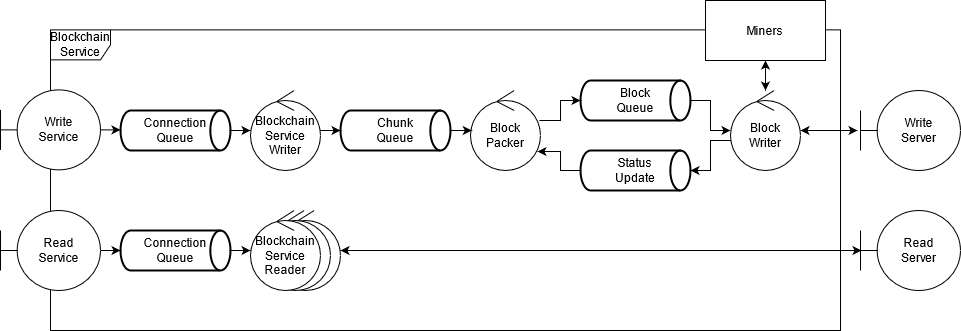
abarreal/distros-tp1 keeps this draw.io diagram as img/blockchain-service.png. Above is the earlier version. Source tidied: cells renumbered, new cells last; positions are measured from the earlier drawing's top-left corner, leaving out a move shared by most shapes. The source it was exported from:
```xml
<mxGraphModel>
  <root>
    <mxCell id="0" />
    <mxCell id="1" parent="0" />
    <mxCell id="2" value="&lt;div&gt;Blockchain&lt;/div&gt;&lt;div&gt;Service&lt;br&gt;&lt;/div&gt;" style="shape=umlFrame;whiteSpace=wrap;html=1;" parent="1" vertex="1">
      <mxGeometry x="50" y="29.4" width="790" height="300.6" as="geometry" />
    </mxCell>
    <mxCell id="3" style="edgeStyle=orthogonalEdgeStyle;rounded=0;jettySize=auto;html=1;entryX=0.01;entryY=0.5;entryDx=0;entryDy=0;entryPerimeter=0;startArrow=classic;startFill=1;" parent="1" edge="1" source="4" target="29">
      <mxGeometry relative="1" as="geometry" />
    </mxCell>
    <mxCell id="4" style="ellipse;shape=umlControl;whiteSpace=wrap;html=1;" parent="1" vertex="1">
      <mxGeometry x="270" y="210" width="70" height="80" as="geometry" />
    </mxCell>
    <mxCell id="5" style="ellipse;shape=umlControl;whiteSpace=wrap;html=1;" parent="1" vertex="1">
      <mxGeometry x="260" y="210" width="70" height="80" as="geometry" />
    </mxCell>
    <mxCell id="6" style="edgeStyle=orthogonalEdgeStyle;rounded=0;jettySize=auto;html=1;entryX=0;entryY=0.5;entryDx=0;entryDy=0;entryPerimeter=0;startArrow=none;startFill=0;endArrow=classic;endFill=1;" parent="1" edge="1" source="7" target="22">
      <mxGeometry relative="1" as="geometry">
        <Array as="points">
          <mxPoint x="560" y="120" />
          <mxPoint x="560" y="100" />
        </Array>
      </mxGeometry>
    </mxCell>
    <mxCell id="7" value="&lt;div&gt;Block&lt;/div&gt;&lt;div&gt;Packer&lt;br&gt;&lt;/div&gt;" style="ellipse;shape=umlControl;whiteSpace=wrap;html=1;" parent="1" vertex="1">
      <mxGeometry x="470" y="90" width="70" height="80" as="geometry" />
    </mxCell>
    <mxCell id="8" value="&lt;div&gt;Blockchain&lt;/div&gt;&lt;div&gt;Service&lt;/div&gt;&lt;div&gt;Reader&lt;br&gt;&lt;/div&gt;" style="ellipse;shape=umlControl;whiteSpace=wrap;html=1;" parent="1" vertex="1">
      <mxGeometry x="250" y="210" width="70" height="80" as="geometry" />
    </mxCell>
    <mxCell id="9" style="edgeStyle=orthogonalEdgeStyle;rounded=0;jettySize=auto;html=1;entryX=0;entryY=0.5;entryDx=0;entryDy=0;entryPerimeter=0;startArrow=none;startFill=0;" parent="1" edge="1" source="10" target="14">
      <mxGeometry relative="1" as="geometry" />
    </mxCell>
    <mxCell id="10" value="&lt;div&gt;Write&lt;/div&gt;&lt;div&gt;Service&lt;br&gt;&lt;/div&gt;" style="shape=umlBoundary;whiteSpace=wrap;html=1;" parent="1" vertex="1">
      <mxGeometry y="89.4" width="100" height="80" as="geometry" />
    </mxCell>
    <mxCell id="11" style="edgeStyle=orthogonalEdgeStyle;rounded=0;jettySize=auto;html=1;entryX=0;entryY=0.5;entryDx=0;entryDy=0;entryPerimeter=0;startArrow=none;startFill=0;" parent="1" edge="1" source="12" target="16">
      <mxGeometry relative="1" as="geometry" />
    </mxCell>
    <mxCell id="12" value="&lt;div&gt;Read&lt;/div&gt;&lt;div&gt;Service&lt;br&gt;&lt;/div&gt;" style="shape=umlBoundary;whiteSpace=wrap;html=1;" parent="1" vertex="1">
      <mxGeometry y="210" width="100" height="80" as="geometry" />
    </mxCell>
    <mxCell id="13" style="edgeStyle=orthogonalEdgeStyle;rounded=0;jettySize=auto;html=1;startArrow=none;startFill=0;endArrow=classic;endFill=1;" parent="1" edge="1" source="14" target="18">
      <mxGeometry relative="1" as="geometry" />
    </mxCell>
    <mxCell id="14" value="&lt;div&gt;Connection&lt;/div&gt;&lt;div&gt;Queue&lt;br&gt;&lt;/div&gt;" style="strokeWidth=2;html=1;shape=mxgraph.flowchart.direct_data;whiteSpace=wrap;" parent="1" vertex="1">
      <mxGeometry x="120" y="110" width="110" height="40" as="geometry" />
    </mxCell>
    <mxCell id="15" style="edgeStyle=orthogonalEdgeStyle;rounded=0;jettySize=auto;html=1;startArrow=none;startFill=0;" parent="1" edge="1" source="16" target="8">
      <mxGeometry relative="1" as="geometry" />
    </mxCell>
    <mxCell id="16" value="&lt;div&gt;Connection&lt;/div&gt;&lt;div&gt;Queue&lt;br&gt;&lt;/div&gt;" style="strokeWidth=2;html=1;shape=mxgraph.flowchart.direct_data;whiteSpace=wrap;" parent="1" vertex="1">
      <mxGeometry x="120" y="230" width="110" height="40" as="geometry" />
    </mxCell>
    <mxCell id="17" style="edgeStyle=orthogonalEdgeStyle;rounded=0;jettySize=auto;html=1;startArrow=none;startFill=0;endArrow=classic;endFill=1;" parent="1" edge="1" source="18" target="20">
      <mxGeometry relative="1" as="geometry" />
    </mxCell>
    <mxCell id="18" value="&lt;div&gt;Blockchain&lt;/div&gt;&lt;div&gt;Service&lt;/div&gt;&lt;div&gt;Writer&lt;br&gt;&lt;/div&gt;" style="ellipse;shape=umlControl;whiteSpace=wrap;html=1;" parent="1" vertex="1">
      <mxGeometry x="250" y="90" width="70" height="80" as="geometry" />
    </mxCell>
    <mxCell id="19" style="edgeStyle=orthogonalEdgeStyle;rounded=0;jettySize=auto;html=1;exitX=1;exitY=0.5;exitDx=0;exitDy=0;exitPerimeter=0;entryX=0.019;entryY=0.506;entryDx=0;entryDy=0;entryPerimeter=0;startArrow=none;startFill=0;endArrow=classic;endFill=1;" parent="1" edge="1" source="20" target="7">
      <mxGeometry relative="1" as="geometry" />
    </mxCell>
    <mxCell id="20" value="&lt;div&gt;Chunk&lt;/div&gt;&lt;div&gt;Queue&lt;br&gt;&lt;/div&gt;" style="strokeWidth=2;html=1;shape=mxgraph.flowchart.direct_data;whiteSpace=wrap;" parent="1" vertex="1">
      <mxGeometry x="340" y="110" width="110" height="40" as="geometry" />
    </mxCell>
    <mxCell id="21" style="edgeStyle=orthogonalEdgeStyle;rounded=0;jettySize=auto;html=1;startArrow=none;startFill=0;" parent="1" edge="1" source="22" target="26">
      <mxGeometry relative="1" as="geometry" />
    </mxCell>
    <mxCell id="22" value="&lt;div&gt;Block &lt;br&gt;&lt;/div&gt;&lt;div&gt;Queue&lt;/div&gt;" style="strokeWidth=2;html=1;shape=mxgraph.flowchart.direct_data;whiteSpace=wrap;" parent="1" vertex="1">
      <mxGeometry x="580" y="80" width="110" height="40" as="geometry" />
    </mxCell>
    <mxCell id="23" style="edgeStyle=orthogonalEdgeStyle;rounded=0;jettySize=auto;html=1;entryX=0.5;entryY=1;entryDx=0;entryDy=0;startArrow=classic;startFill=1;" parent="1" edge="1" source="26" target="27">
      <mxGeometry relative="1" as="geometry" />
    </mxCell>
    <mxCell id="24" style="edgeStyle=orthogonalEdgeStyle;rounded=0;jettySize=auto;html=1;entryX=-0.03;entryY=0.5;entryDx=0;entryDy=0;entryPerimeter=0;startArrow=classic;startFill=1;" parent="1" edge="1" source="26" target="28">
      <mxGeometry relative="1" as="geometry" />
    </mxCell>
    <mxCell id="25" style="edgeStyle=orthogonalEdgeStyle;rounded=0;jettySize=auto;html=1;entryX=1;entryY=0.5;entryDx=0;entryDy=0;entryPerimeter=0;startArrow=none;startFill=0;" parent="1" edge="1" source="26" target="31">
      <mxGeometry relative="1" as="geometry">
        <Array as="points">
          <mxPoint x="710" y="140" />
          <mxPoint x="710" y="170" />
        </Array>
      </mxGeometry>
    </mxCell>
    <mxCell id="26" value="&lt;div&gt;Block&lt;/div&gt;&lt;div&gt;Writer&lt;br&gt;&lt;/div&gt;" style="ellipse;shape=umlControl;whiteSpace=wrap;html=1;" parent="1" vertex="1">
      <mxGeometry x="730" y="90" width="70" height="80" as="geometry" />
    </mxCell>
    <mxCell id="27" value="Miners" style="rounded=0;whiteSpace=wrap;html=1;" parent="1" vertex="1">
      <mxGeometry x="705" width="120" height="60" as="geometry" />
    </mxCell>
    <mxCell id="28" value="&lt;div&gt;Write&lt;/div&gt;&lt;div&gt;Server&lt;br&gt;&lt;/div&gt;" style="shape=umlBoundary;whiteSpace=wrap;html=1;" parent="1" vertex="1">
      <mxGeometry x="860" y="90" width="100" height="80" as="geometry" />
    </mxCell>
    <mxCell id="29" value="&lt;div&gt;Read&lt;/div&gt;&lt;div&gt;Server&lt;br&gt;&lt;/div&gt;" style="shape=umlBoundary;whiteSpace=wrap;html=1;" parent="1" vertex="1">
      <mxGeometry x="860" y="210" width="100" height="80" as="geometry" />
    </mxCell>
    <mxCell id="30" style="edgeStyle=orthogonalEdgeStyle;rounded=0;jettySize=auto;html=1;entryX=0.957;entryY=0.763;entryDx=0;entryDy=0;entryPerimeter=0;startArrow=none;startFill=0;" parent="1" edge="1" source="31" target="7">
      <mxGeometry relative="1" as="geometry">
        <Array as="points">
          <mxPoint x="560" y="170" />
          <mxPoint x="560" y="151" />
        </Array>
      </mxGeometry>
    </mxCell>
    <mxCell id="31" value="&lt;div&gt;Status&lt;/div&gt;&lt;div&gt;Update&lt;br&gt;&lt;/div&gt;" style="strokeWidth=2;html=1;shape=mxgraph.flowchart.direct_data;whiteSpace=wrap;" parent="1" vertex="1">
      <mxGeometry x="580" y="150" width="110" height="40" as="geometry" />
    </mxCell>
  </root>
</mxGraphModel>
```
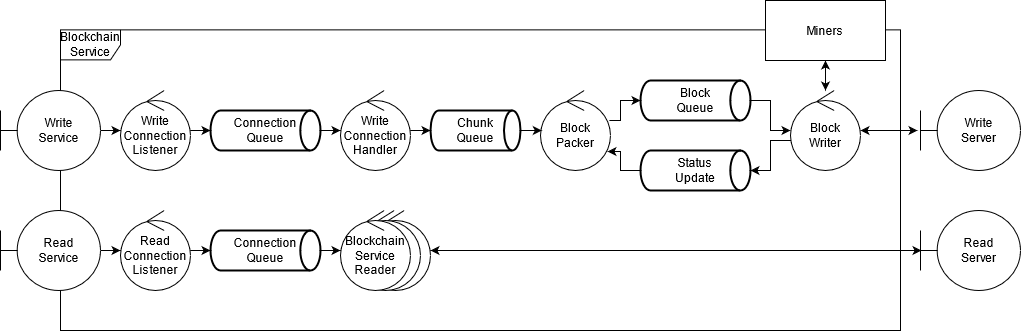
The same diagram one commit later.

Commit message:
Write additional documentation

What changed in the source:
```diff
@@ -3,16 +3,16 @@
     <mxCell id="0" />
     <mxCell id="1" parent="0" />
     <mxCell id="2" value="&lt;div&gt;Blockchain&lt;/div&gt;&lt;div&gt;Service&lt;br&gt;&lt;/div&gt;" style="shape=umlFrame;whiteSpace=wrap;html=1;" parent="1" vertex="1">
-      <mxGeometry x="50" y="29.4" width="790" height="300.6" as="geometry" />
+      <mxGeometry y="29.4" width="840" height="300.6" as="geometry" />
     </mxCell>
     <mxCell id="3" style="edgeStyle=orthogonalEdgeStyle;rounded=0;jettySize=auto;html=1;entryX=0.01;entryY=0.5;entryDx=0;entryDy=0;entryPerimeter=0;startArrow=classic;startFill=1;" parent="1" edge="1" source="4" target="29">
       <mxGeometry relative="1" as="geometry" />
     </mxCell>
     <mxCell id="4" style="ellipse;shape=umlControl;whiteSpace=wrap;html=1;" parent="1" vertex="1">
-      <mxGeometry x="270" y="210" width="70" height="80" as="geometry" />
+      <mxGeometry x="300" y="210" width="70" height="80" as="geometry" />
     </mxCell>
     <mxCell id="5" style="ellipse;shape=umlControl;whiteSpace=wrap;html=1;" parent="1" vertex="1">
-      <mxGeometry x="260" y="210" width="70" height="80" as="geometry" />
+      <mxGeometry x="290" y="210" width="70" height="80" as="geometry" />
     </mxCell>
     <mxCell id="6" style="edgeStyle=orthogonalEdgeStyle;rounded=0;jettySize=auto;html=1;entryX=0;entryY=0.5;entryDx=0;entryDy=0;entryPerimeter=0;startArrow=none;startFill=0;endArrow=classic;endFill=1;" parent="1" edge="1" source="7" target="22">
       <mxGeometry relative="1" as="geometry">
@@ -23,46 +23,46 @@
       </mxGeometry>
     </mxCell>
     <mxCell id="7" value="&lt;div&gt;Block&lt;/div&gt;&lt;div&gt;Packer&lt;br&gt;&lt;/div&gt;" style="ellipse;shape=umlControl;whiteSpace=wrap;html=1;" parent="1" vertex="1">
-      <mxGeometry x="470" y="90" width="70" height="80" as="geometry" />
+      <mxGeometry x="480" y="90" width="70" height="80" as="geometry" />
     </mxCell>
     <mxCell id="8" value="&lt;div&gt;Blockchain&lt;/div&gt;&lt;div&gt;Service&lt;/div&gt;&lt;div&gt;Reader&lt;br&gt;&lt;/div&gt;" style="ellipse;shape=umlControl;whiteSpace=wrap;html=1;" parent="1" vertex="1">
-      <mxGeometry x="250" y="210" width="70" height="80" as="geometry" />
+      <mxGeometry x="280" y="210" width="70" height="80" as="geometry" />
     </mxCell>
-    <mxCell id="9" style="edgeStyle=orthogonalEdgeStyle;rounded=0;jettySize=auto;html=1;entryX=0;entryY=0.5;entryDx=0;entryDy=0;entryPerimeter=0;startArrow=none;startFill=0;" parent="1" edge="1" source="10" target="14">
-      <mxGeometry relative="1" as="geometry" />
-    </mxCell>
+    <mxCell id="32" style="edgeStyle=orthogonalEdgeStyle;rounded=0;jettySize=auto;html=1;" parent="1" edge="1" source="10" target="37">
+      <mxGeometry relative="1" as="geometry" />
+    </mxCell>
     <mxCell id="10" value="&lt;div&gt;Write&lt;/div&gt;&lt;div&gt;Service&lt;br&gt;&lt;/div&gt;" style="shape=umlBoundary;whiteSpace=wrap;html=1;" parent="1" vertex="1">
-      <mxGeometry y="89.4" width="100" height="80" as="geometry" />
+      <mxGeometry x="-60" y="90" width="100" height="80" as="geometry" />
     </mxCell>
-    <mxCell id="11" style="edgeStyle=orthogonalEdgeStyle;rounded=0;jettySize=auto;html=1;entryX=0;entryY=0.5;entryDx=0;entryDy=0;entryPerimeter=0;startArrow=none;startFill=0;" parent="1" edge="1" source="12" target="16">
-      <mxGeometry relative="1" as="geometry" />
-    </mxCell>
+    <mxCell id="33" style="edgeStyle=orthogonalEdgeStyle;rounded=0;jettySize=auto;html=1;" parent="1" edge="1" source="12" target="35">
+      <mxGeometry relative="1" as="geometry" />
+    </mxCell>
     <mxCell id="12" value="&lt;div&gt;Read&lt;/div&gt;&lt;div&gt;Service&lt;br&gt;&lt;/div&gt;" style="shape=umlBoundary;whiteSpace=wrap;html=1;" parent="1" vertex="1">
-      <mxGeometry y="210" width="100" height="80" as="geometry" />
+      <mxGeometry x="-60" y="210" width="100" height="80" as="geometry" />
     </mxCell>
     <mxCell id="13" style="edgeStyle=orthogonalEdgeStyle;rounded=0;jettySize=auto;html=1;startArrow=none;startFill=0;endArrow=classic;endFill=1;" parent="1" edge="1" source="14" target="18">
       <mxGeometry relative="1" as="geometry" />
     </mxCell>
     <mxCell id="14" value="&lt;div&gt;Connection&lt;/div&gt;&lt;div&gt;Queue&lt;br&gt;&lt;/div&gt;" style="strokeWidth=2;html=1;shape=mxgraph.flowchart.direct_data;whiteSpace=wrap;" parent="1" vertex="1">
-      <mxGeometry x="120" y="110" width="110" height="40" as="geometry" />
+      <mxGeometry x="150" y="110" width="110" height="40" as="geometry" />
     </mxCell>
     <mxCell id="15" style="edgeStyle=orthogonalEdgeStyle;rounded=0;jettySize=auto;html=1;startArrow=none;startFill=0;" parent="1" edge="1" source="16" target="8">
       <mxGeometry relative="1" as="geometry" />
     </mxCell>
     <mxCell id="16" value="&lt;div&gt;Connection&lt;/div&gt;&lt;div&gt;Queue&lt;br&gt;&lt;/div&gt;" style="strokeWidth=2;html=1;shape=mxgraph.flowchart.direct_data;whiteSpace=wrap;" parent="1" vertex="1">
-      <mxGeometry x="120" y="230" width="110" height="40" as="geometry" />
+      <mxGeometry x="150" y="230" width="110" height="40" as="geometry" />
     </mxCell>
     <mxCell id="17" style="edgeStyle=orthogonalEdgeStyle;rounded=0;jettySize=auto;html=1;startArrow=none;startFill=0;endArrow=classic;endFill=1;" parent="1" edge="1" source="18" target="20">
       <mxGeometry relative="1" as="geometry" />
     </mxCell>
-    <mxCell id="18" value="&lt;div&gt;Blockchain&lt;/div&gt;&lt;div&gt;Service&lt;/div&gt;&lt;div&gt;Writer&lt;br&gt;&lt;/div&gt;" style="ellipse;shape=umlControl;whiteSpace=wrap;html=1;" parent="1" vertex="1">
-      <mxGeometry x="250" y="90" width="70" height="80" as="geometry" />
+    <mxCell id="18" value="&lt;div&gt;Write&lt;/div&gt;&lt;div&gt;Connection&lt;/div&gt;&lt;div&gt;Handler&lt;br&gt;&lt;/div&gt;" style="ellipse;shape=umlControl;whiteSpace=wrap;html=1;" parent="1" vertex="1">
+      <mxGeometry x="280" y="90" width="70" height="80" as="geometry" />
     </mxCell>
     <mxCell id="19" style="edgeStyle=orthogonalEdgeStyle;rounded=0;jettySize=auto;html=1;exitX=1;exitY=0.5;exitDx=0;exitDy=0;exitPerimeter=0;entryX=0.019;entryY=0.506;entryDx=0;entryDy=0;entryPerimeter=0;startArrow=none;startFill=0;endArrow=classic;endFill=1;" parent="1" edge="1" source="20" target="7">
       <mxGeometry relative="1" as="geometry" />
     </mxCell>
     <mxCell id="20" value="&lt;div&gt;Chunk&lt;/div&gt;&lt;div&gt;Queue&lt;br&gt;&lt;/div&gt;" style="strokeWidth=2;html=1;shape=mxgraph.flowchart.direct_data;whiteSpace=wrap;" parent="1" vertex="1">
-      <mxGeometry x="340" y="110" width="110" height="40" as="geometry" />
+      <mxGeometry x="370" y="110" width="90" height="40" as="geometry" />
     </mxCell>
     <mxCell id="21" style="edgeStyle=orthogonalEdgeStyle;rounded=0;jettySize=auto;html=1;startArrow=none;startFill=0;" parent="1" edge="1" source="22" target="26">
       <mxGeometry relative="1" as="geometry" />
@@ -107,5 +107,17 @@
     <mxCell id="31" value="&lt;div&gt;Status&lt;/div&gt;&lt;div&gt;Update&lt;br&gt;&lt;/div&gt;" style="strokeWidth=2;html=1;shape=mxgraph.flowchart.direct_data;whiteSpace=wrap;" parent="1" vertex="1">
       <mxGeometry x="580" y="150" width="110" height="40" as="geometry" />
     </mxCell>
+    <mxCell id="34" style="edgeStyle=orthogonalEdgeStyle;rounded=0;jettySize=auto;html=1;" parent="1" edge="1" source="35" target="16">
+      <mxGeometry relative="1" as="geometry" />
+    </mxCell>
+    <mxCell id="35" value="&lt;div&gt;Read&lt;/div&gt;&lt;div&gt;Connection&lt;/div&gt;&lt;div&gt;Listener&lt;br&gt;&lt;/div&gt;" style="ellipse;shape=umlControl;whiteSpace=wrap;html=1;" parent="1" vertex="1">
+      <mxGeometry x="60" y="210" width="70" height="80" as="geometry" />
+    </mxCell>
+    <mxCell id="36" style="edgeStyle=orthogonalEdgeStyle;rounded=0;jettySize=auto;html=1;" parent="1" edge="1" source="37" target="14">
+      <mxGeometry relative="1" as="geometry" />
+    </mxCell>
+    <mxCell id="37" value="&lt;div&gt;Write&lt;/div&gt;&lt;div&gt;Connection&lt;/div&gt;&lt;div&gt;Listener&lt;br&gt;&lt;/div&gt;" style="ellipse;shape=umlControl;whiteSpace=wrap;html=1;" parent="1" vertex="1">
+      <mxGeometry x="60" y="90" width="70" height="80" as="geometry" />
+    </mxCell>
   </root>
 </mxGraphModel>
```
